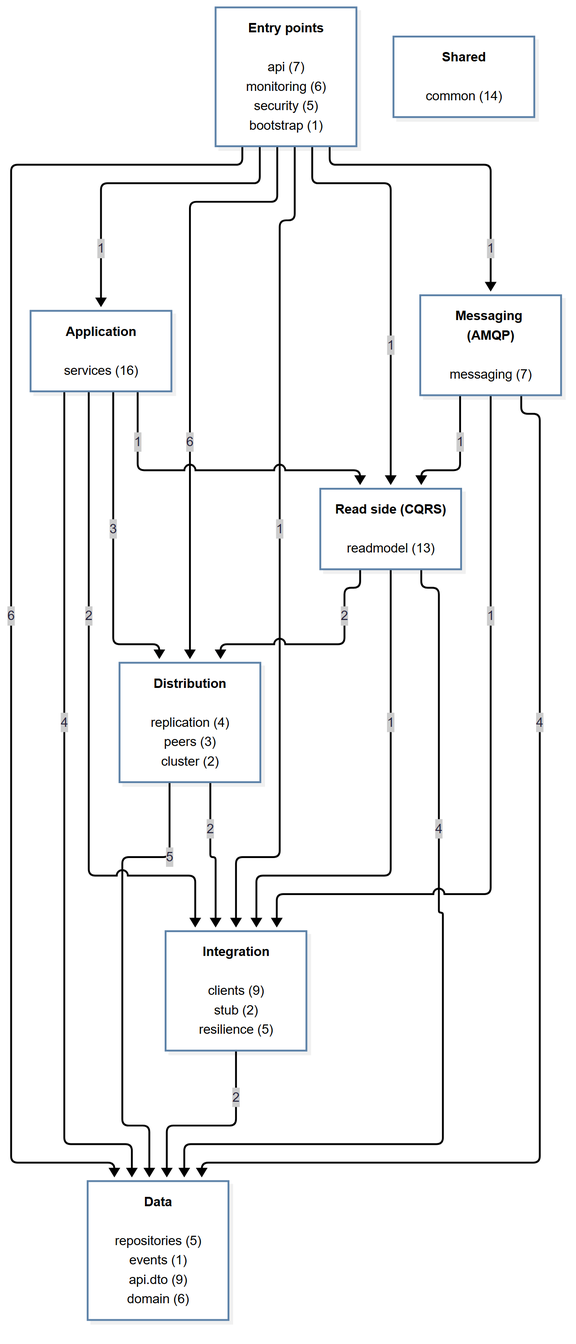
ImJay1527/flight-operations-service keeps this Mermaid diagram as docs/c4/7-development-view.png. Above is the earlier version. Its source is kept beside it as docs/c4/7-development-view.mmd.
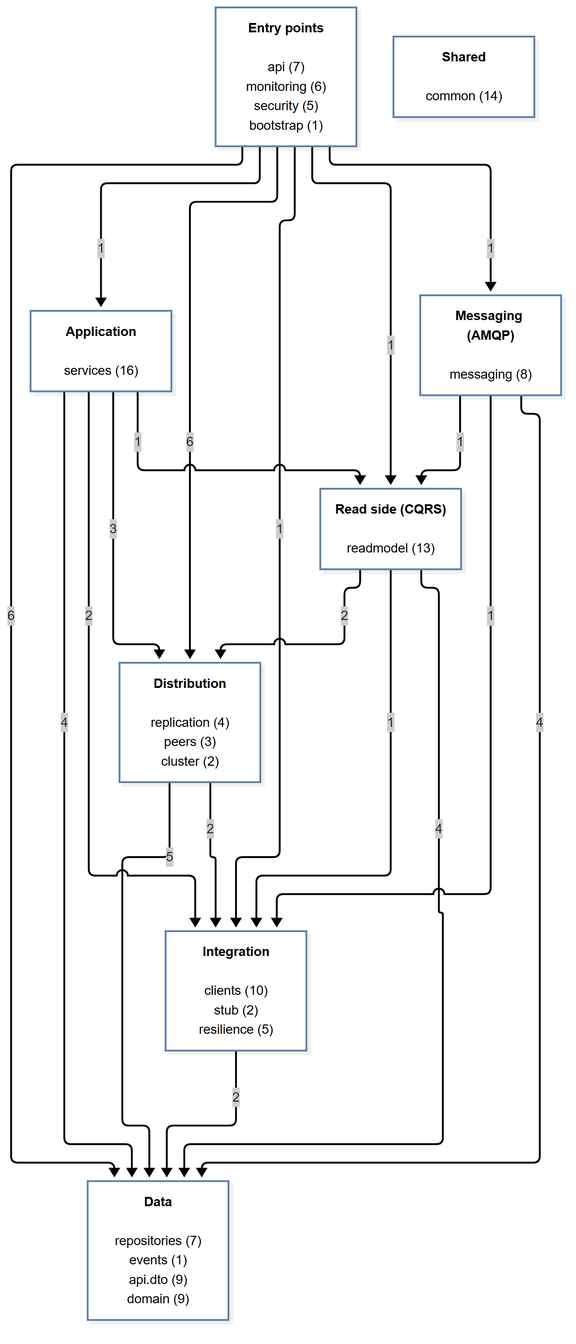
After the change.

What changed in the source:
```diff
@@ -5,11 +5,11 @@
 flowchart TB
     G0["<b>Entry points</b><br/><br/>api (7)<br/>monitoring (6)<br/>security (5)<br/>bootstrap (1)"]
     G1["<b>Application</b><br/><br/>services (16)"]
-    G2["<b>Messaging (AMQP)</b><br/><br/>messaging (7)"]
+    G2["<b>Messaging (AMQP)</b><br/><br/>messaging (8)"]
     G3["<b>Read side (CQRS)</b><br/><br/>readmodel (13)"]
     G4["<b>Distribution</b><br/><br/>replication (4)<br/>peers (3)<br/>cluster (2)"]
-    G5["<b>Integration</b><br/><br/>clients (9)<br/>stub (2)<br/>resilience (5)"]
-    G6["<b>Data</b><br/><br/>repositories (5)<br/>events (1)<br/>api.dto (9)<br/>domain (6)"]
+    G5["<b>Integration</b><br/><br/>clients (10)<br/>stub (2)<br/>resilience (5)"]
+    G6["<b>Data</b><br/><br/>repositories (7)<br/>events (1)<br/>api.dto (9)<br/>domain (9)"]
     G7["<b>Shared</b><br/><br/>common (14)"]
     G1 -->|"4"| G6
     G1 -->|"3"| G4
```
